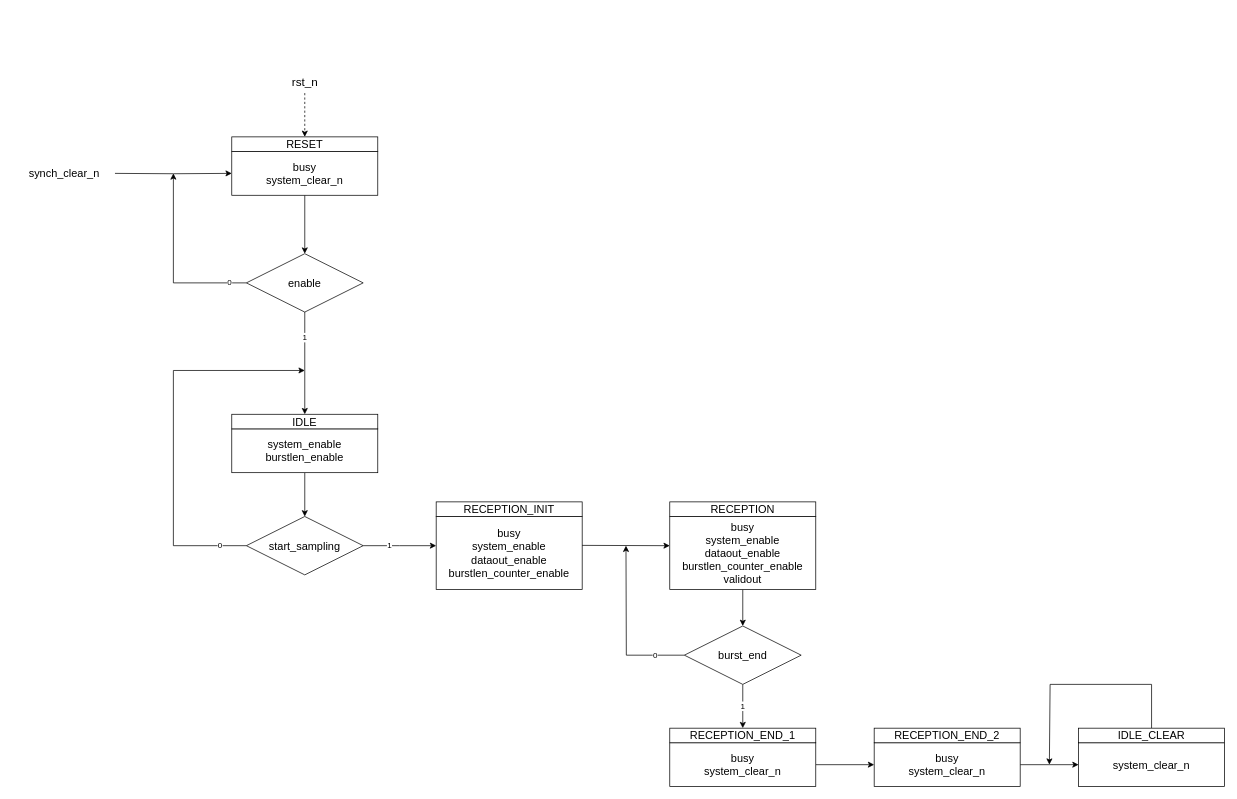
Before: page "synchronizer: FSM" (5 of 5) of IP_cores/AvalonMM_to_hRAM/SSRAM_to_hRAM_v1/rtl/SSRAM_to_hRAM.drawio in AndreaBononi/IP_cores, a draw.io diagram. Source tidied: cells renumbered, new cells numbered last; positions are measured from the earlier drawing's top-left corner, leaving out a move shared by most shapes. Both pictures are drawn from the tidied source at 73%, with x=0, y=0 at pixel (12, 71).
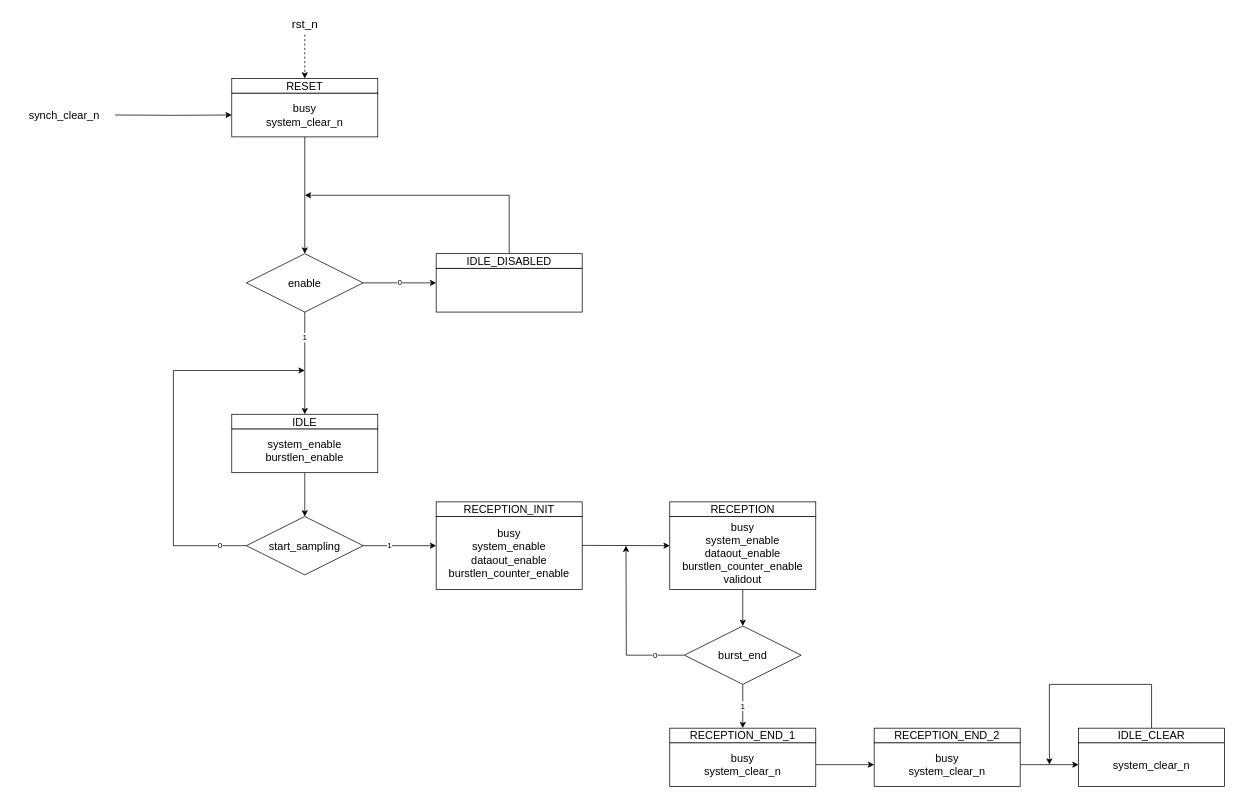
The same page after the edit.

The change refers to these unchanged cells:
```xml
<mxCell id="16" value="&lt;font style=&quot;font-size: 15px;&quot;&gt;enable&lt;/font&gt;" style="rhombus;whiteSpace=wrap;html=1;" parent="1" vertex="1">
  <mxGeometry x="320" y="250" width="160" height="80" as="geometry" />
</mxCell>
<mxCell id="35" value="&lt;font style=&quot;font-size: 15px;&quot;&gt;IDLE_CLEAR&lt;/font&gt;" style="rounded=0;whiteSpace=wrap;html=1;" parent="1" vertex="1">
  <mxGeometry x="1460" y="900" width="200" height="20" as="geometry" />
</mxCell>
```

The edit, as a diff of the source:
```diff
@@
     <mxCell id="4" style="edgeStyle=orthogonalEdgeStyle;rounded=0;jettySize=auto;html=1;exitX=0;exitY=0.5;exitDx=0;exitDy=0;entryX=0;entryY=0.5;entryDx=0;entryDy=0;" parent="1" edge="1" target="5">
       <mxGeometry relative="1" as="geometry">
-        <mxPoint x="140" y="140" as="sourcePoint" />
+        <mxPoint x="140" y="60" as="sourcePoint" />
       </mxGeometry>
     </mxCell>
     <mxCell id="5" value="&lt;div style=&quot;font-size: 15px;&quot;&gt;&lt;font style=&quot;font-size: 15px;&quot;&gt;busy&lt;/font&gt;&lt;/div&gt;&lt;div style=&quot;font-size: 15px;&quot;&gt;&lt;font style=&quot;font-size: 15px;&quot;&gt;system_clear_n&lt;font style=&quot;font-size: 15px;&quot;&gt;&lt;br&gt;&lt;/font&gt;&lt;/font&gt;&lt;/div&gt;" style="rounded=0;whiteSpace=wrap;html=1;" parent="1" vertex="1">
-      <mxGeometry x="300" y="110" width="200" height="60" as="geometry" />
+      <mxGeometry x="300" y="30" width="200" height="60" as="geometry" />
     </mxCell>
     <mxCell id="6" style="edgeStyle=orthogonalEdgeStyle;rounded=0;jettySize=auto;html=1;entryX=0.5;entryY=0;entryDx=0;entryDy=0;dashed=1;" parent="1" edge="1" target="7">
       <mxGeometry relative="1" as="geometry">
-        <mxPoint x="400" y="30" as="sourcePoint" />
+        <mxPoint x="400" y="-50" as="sourcePoint" />
         <Array as="points">
-          <mxPoint x="400" y="60" />
-          <mxPoint x="400" y="60" />
+          <mxPoint x="400" y="-20" />
+          <mxPoint x="400" y="-20" />
         </Array>
       </mxGeometry>
     </mxCell>
     <mxCell id="7" value="&lt;font style=&quot;font-size: 15px;&quot;&gt;RESET&lt;/font&gt;" style="rounded=0;whiteSpace=wrap;html=1;" parent="1" vertex="1">
-      <mxGeometry x="300" y="90" width="200" height="20" as="geometry" />
+      <mxGeometry x="300" y="10" width="200" height="20" as="geometry" />
     </mxCell>
     <mxCell id="8" value="&lt;font style=&quot;font-size: 16px;&quot;&gt;rst_n&lt;/font&gt;" style="text;html=1;align=center;verticalAlign=middle;strokeColor=none;fillColor=none;" parent="1" vertex="1">
-      <mxGeometry x="370" width="60" height="30" as="geometry" />
+      <mxGeometry x="370" y="-80" width="60" height="30" as="geometry" />
     </mxCell>
@@
-    <mxCell id="15" value="0" style="edgeStyle=orthogonalEdgeStyle;rounded=0;jettySize=auto;html=1;exitX=0;exitY=0.5;exitDx=0;exitDy=0;" parent="1" edge="1" source="16">
-      <mxGeometry x="-0.82" relative="1" as="geometry">
-        <mxPoint x="220" y="140" as="targetPoint" />
-        <Array as="points">
-          <mxPoint x="220" y="290" />
-        </Array>
+    <mxCell id="15" value="0" style="edgeStyle=orthogonalEdgeStyle;rounded=0;jettySize=auto;html=1;exitX=1;exitY=0.5;exitDx=0;exitDy=0;" parent="1" edge="1" source="16">
+      <mxGeometry relative="1" as="geometry">
+        <mxPoint x="580" y="290" as="targetPoint" />
       </mxGeometry>
     </mxCell>
@@
     <mxCell id="29" value="&lt;font style=&quot;font-size: 15px;&quot;&gt;synch_clear_n&lt;/font&gt;" style="text;html=1;align=right;verticalAlign=middle;strokeColor=none;fillColor=none;" parent="1" vertex="1">
-      <mxGeometry y="125" width="120" height="30" as="geometry" />
+      <mxGeometry y="45" width="120" height="30" as="geometry" />
     </mxCell>
@@
     <mxCell id="34" style="edgeStyle=orthogonalEdgeStyle;rounded=0;jettySize=auto;html=1;exitX=0.5;exitY=0;exitDx=0;exitDy=0;" parent="1" edge="1" source="35">
       <mxGeometry relative="1" as="geometry">
         <mxPoint x="1420" y="950" as="targetPoint" />
         <Array as="points">
           <mxPoint x="1560" y="840" />
-          <mxPoint x="1421" y="840" />
-          <mxPoint x="1421" y="950" />
+          <mxPoint x="1420" y="840" />
         </Array>
       </mxGeometry>
     </mxCell>
@@
+    <mxCell id="36" style="rounded=0;whiteSpace=wrap;html=1;" parent="1" vertex="1">
+      <mxGeometry x="580" y="270" width="200" height="60" as="geometry" />
+    </mxCell>
+    <mxCell id="37" style="edgeStyle=orthogonalEdgeStyle;rounded=0;jettySize=auto;html=1;exitX=0.5;exitY=0;exitDx=0;exitDy=0;" parent="1" edge="1" source="38">
+      <mxGeometry relative="1" as="geometry">
+        <mxPoint x="400" y="170" as="targetPoint" />
+        <Array as="points">
+          <mxPoint x="680" y="170" />
+        </Array>
+      </mxGeometry>
+    </mxCell>
+    <mxCell id="38" value="&lt;font style=&quot;font-size: 15px;&quot;&gt;IDLE_DISABLED&lt;/font&gt;" style="rounded=0;whiteSpace=wrap;html=1;" parent="1" vertex="1">
+      <mxGeometry x="580" y="250" width="200" height="20" as="geometry" />
+    </mxCell>
```
